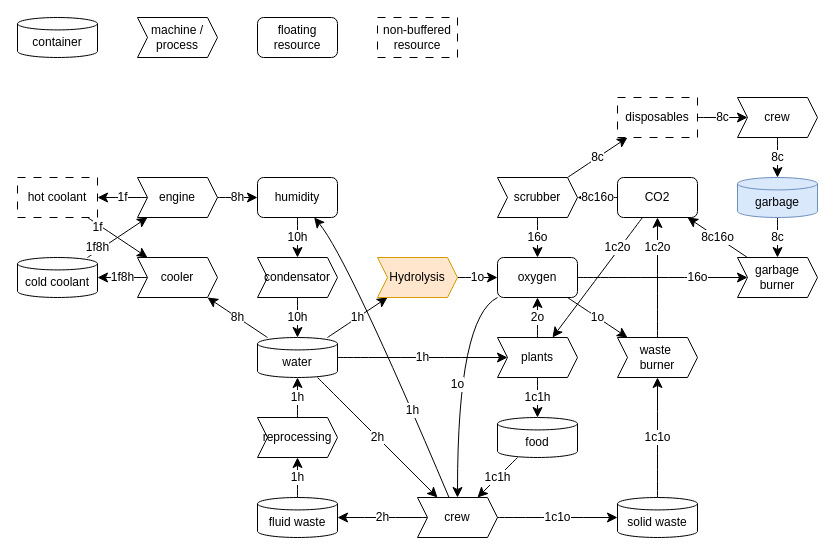
Earlier version of the draw.io diagram resource_flow_diagram.drawio (XFajk/GMTK2025Game). Source tidied: cells renumbered, new cells numbered last; positions are measured from the earlier drawing's top-left corner, leaving out a move shared by most shapes. Both pictures are drawn from the tidied source at 100%, with x=0, y=0 at pixel (17, 17).
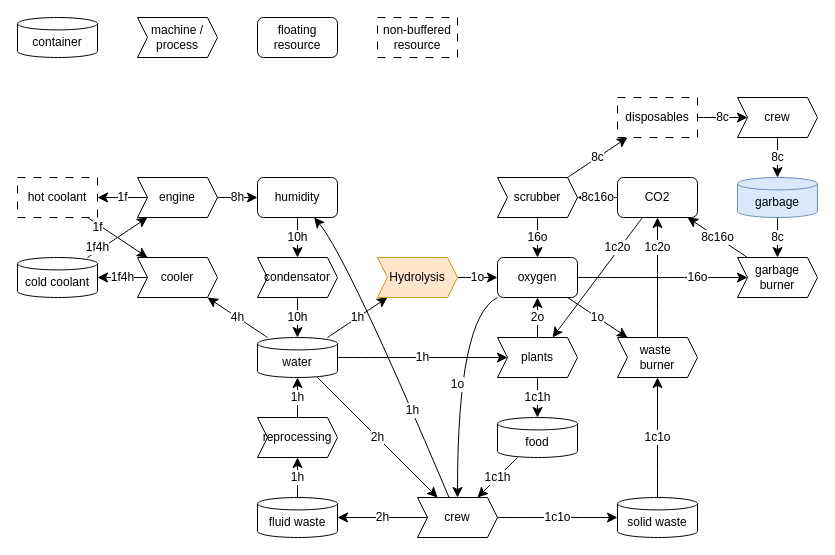
The same page after the edit.

Commit message (it also covers changes not shown here):
Fix couple more issues

Unchanged cells that the change refers to:
```xml
<mxCell id="9" value="water" style="shape=cylinder3;whiteSpace=wrap;html=1;boundedLbl=1;backgroundOutline=1;size=6.206904970366395;" parent="1" vertex="1">
  <mxGeometry x="240" y="320" width="80" height="40" as="geometry" />
</mxCell>
<mxCell id="16" value="cold coolant" style="shape=cylinder3;whiteSpace=wrap;html=1;boundedLbl=1;backgroundOutline=1;size=6.206904970366395;" parent="1" vertex="1">
  <mxGeometry y="240" width="80" height="40" as="geometry" />
</mxCell>
<mxCell id="19" value="engine" style="shape=step;perimeter=stepPerimeter;whiteSpace=wrap;html=1;fixedSize=1;size=10;" parent="1" vertex="1">
  <mxGeometry x="120" y="160" width="80" height="40" as="geometry" />
</mxCell>
<mxCell id="21" value="cooler" style="shape=step;perimeter=stepPerimeter;whiteSpace=wrap;html=1;fixedSize=1;size=10;" parent="1" vertex="1">
  <mxGeometry x="120" y="240" width="80" height="40" as="geometry" />
</mxCell>
```

What changed in the source:
```diff
@@
-    <mxCell id="5" value="8h" style="edgeStyle=none;curved=1;rounded=0;jettySize=auto;html=1;fontSize=12;startSize=8;endSize=8;" parent="1" edge="1" source="9" target="21">
+    <mxCell id="5" value="4h" style="edgeStyle=none;curved=1;rounded=0;jettySize=auto;html=1;fontSize=12;startSize=8;endSize=8;" parent="1" edge="1" source="9" target="21">
       <mxGeometry relative="1" as="geometry" />
     </mxCell>
@@
-    <mxCell id="15" value="1f8h" style="edgeStyle=none;curved=1;rounded=0;jettySize=auto;html=1;fontSize=12;startSize=8;endSize=8;" parent="1" edge="1" source="16" target="19">
+    <mxCell id="15" value="1f4&lt;span style=&quot;background-color: light-dark(#ffffff, var(--ge-dark-color, #121212)); color: light-dark(rgb(0, 0, 0), rgb(255, 255, 255));&quot;&gt;h&lt;/span&gt;" style="edgeStyle=none;curved=1;rounded=0;jettySize=auto;html=1;fontSize=12;startSize=8;endSize=8;" parent="1" edge="1" source="16" target="19">
       <mxGeometry x="-0.62" y="3" relative="1" as="geometry" />
     </mxCell>
@@
-    <mxCell id="20" value="1f8h" style="edgeStyle=none;curved=1;rounded=0;jettySize=auto;html=1;fontSize=12;startSize=8;endSize=8;" parent="1" edge="1" source="21" target="16">
+    <mxCell id="20" value="1f4h" style="edgeStyle=none;curved=1;rounded=0;jettySize=auto;html=1;fontSize=12;startSize=8;endSize=8;" parent="1" edge="1" source="21" target="16">
       <mxGeometry relative="1" as="geometry" />
     </mxCell>
```
